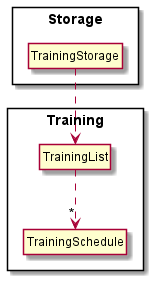
Above: docs/images/TrainingComponent.png in nus-cs2113-AY2122S1/tp (PlantUML), before the change.
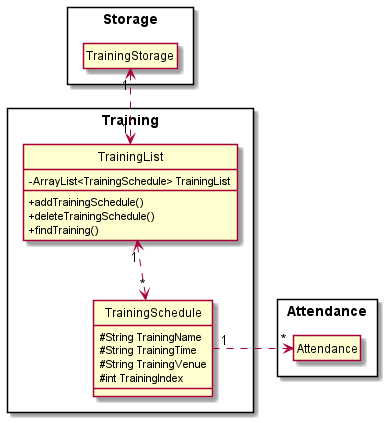
After the change.

The edit, as a diff of the source:
```diff
@@ -1,18 +1,38 @@
 @startuml
+skinparam classAttributeIconSize 0
 
 
 Package Training <<Rectangle>> {
-Class TrainingList
-Class TrainingSchedule
+
+Class TrainingList {
+- ArrayList<TrainingSchedule> TrainingList
++ addTrainingSchedule()
++ deleteTrainingSchedule()
++ findTraining()
+}
+
+Class TrainingSchedule {
+# String TrainingName
+# String TrainingTime
+# String TrainingVenue
+# int TrainingIndex
+}
+
 }
 
 Package Storage <<Rectangle>> {
 Class TrainingStorage
+hide member
 }
 
-TrainingStorage ..> TrainingList
-TrainingList ..>"*" TrainingSchedule
+Package Attendance <<Rectangle>> {
+Class Attendance
+hide member
+}
 
-hide members
+TrainingStorage "1"<..>"1" TrainingList
+TrainingList "1"<..>"*" TrainingSchedule
+TrainingSchedule "1"..right>"*" Attendance
+
 hide circle
 @enduml
```
